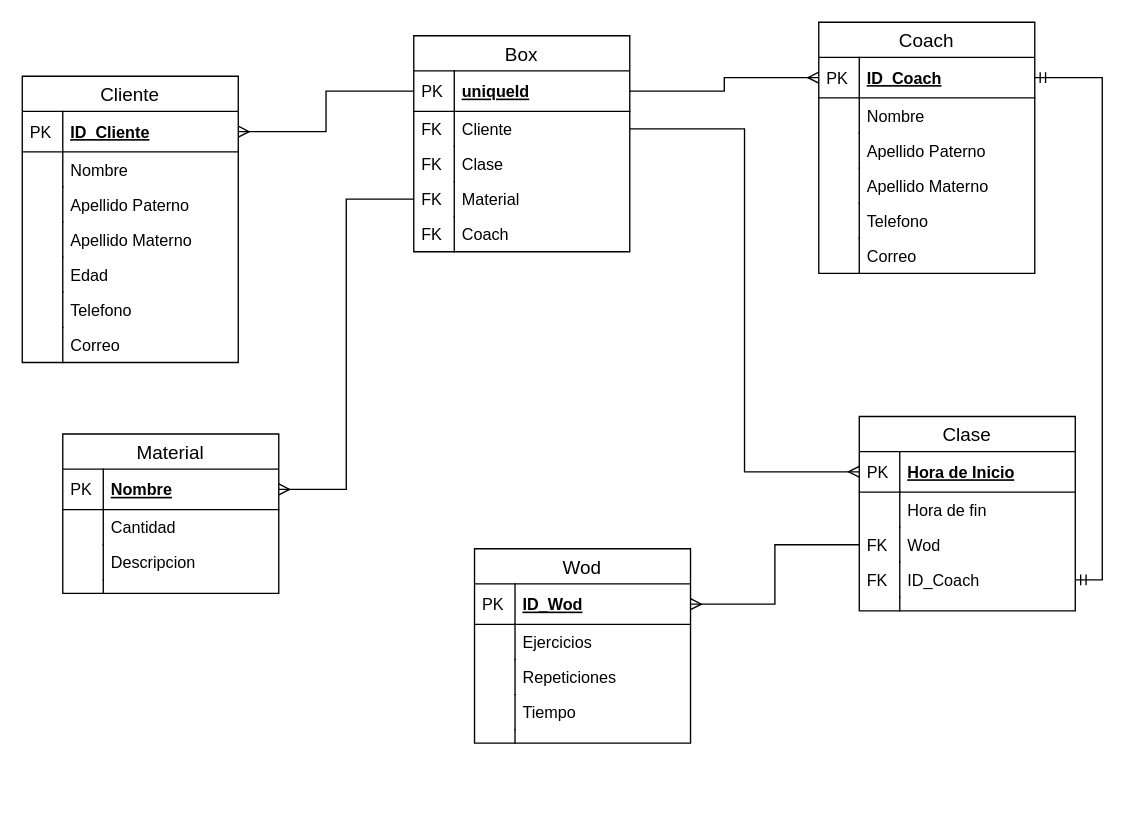
Above: Crossfit/Diagrama/Crossfit.drawio in Radack2/Crossfit (draw.io), before the change. Source tidied: cells renumbered, new cells numbered last; positions are measured from the earlier drawing's top-left corner, leaving out a move shared by most shapes. Both pictures are drawn from the tidied source at 135%, with x=0, y=0 at pixel (22, 22).
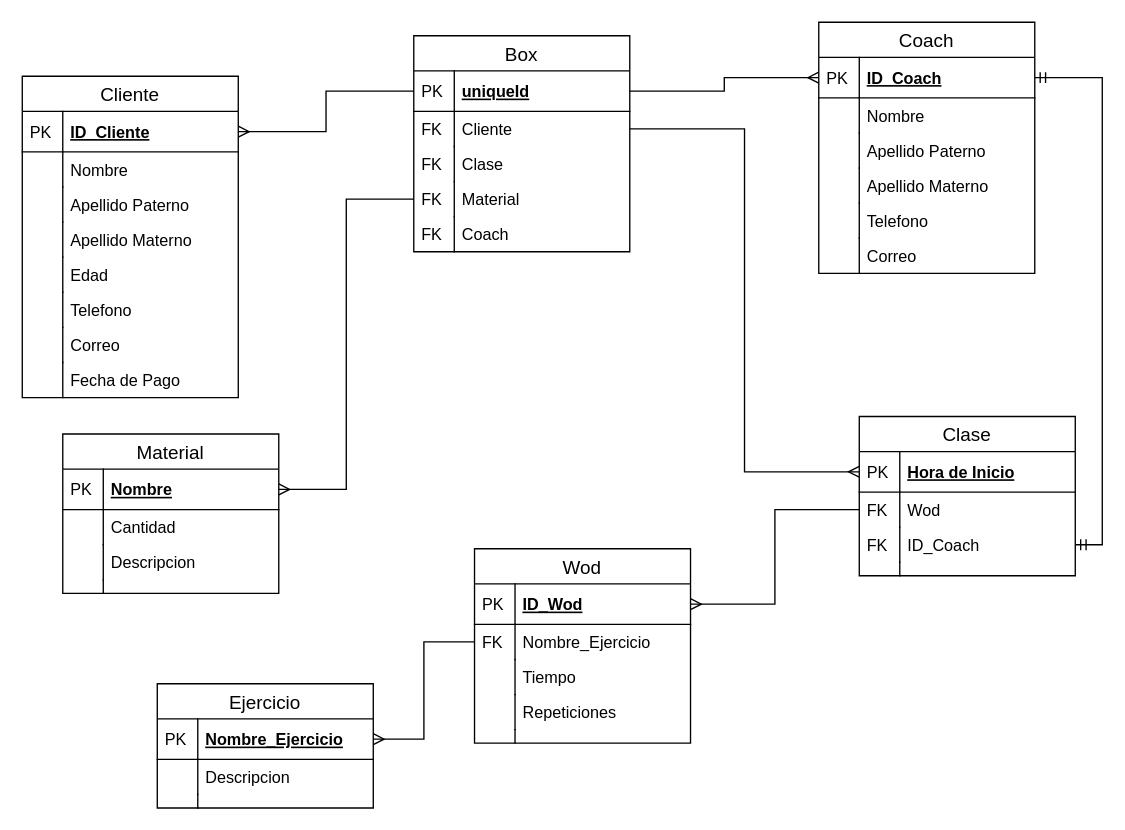
The same diagram, later.

The change refers to these unchanged cells:
```xml
<mxCell id="64" value="Wod" style="swimlane;fontStyle=0;horizontal=1;startSize=26;align=center;fontSize=14;" parent="1" vertex="1">
  <mxGeometry x="335" y="390" width="160" height="144" as="geometry" />
</mxCell>
```

Change to the diagram source:
```diff
@@
     <mxCell id="2" value="Cliente" style="swimlane;fontStyle=0;horizontal=1;startSize=26;align=center;fontSize=14;" parent="1" vertex="1">
-      <mxGeometry y="40" width="160" height="212" as="geometry" />
+      <mxGeometry y="40" width="160" height="238" as="geometry" />
     </mxCell>
@@
+    <mxCell id="78" value="Fecha de Pago" style="shape=partialRectangle;top=0;left=0;right=0;bottom=0;align=left;verticalAlign=top;fillColor=none;spacingLeft=34;spacingRight=4;overflow=hidden;fontSize=12;" parent="2" vertex="1">
+      <mxGeometry y="212" width="160" height="26" as="geometry" />
+    </mxCell>
+    <mxCell id="79" style="shape=partialRectangle;top=0;left=0;bottom=0;fillColor=none;align=left;verticalAlign=top;spacingLeft=4;spacingRight=4;overflow=hidden;fontSize=12;" parent="78" vertex="1">
+      <mxGeometry width="30" height="26" as="geometry" />
+    </mxCell>
     <mxCell id="17" value="Clase" style="swimlane;fontStyle=0;horizontal=1;startSize=26;align=center;fontSize=14;" parent="1" vertex="1">
-      <mxGeometry x="620" y="292" width="160" height="144" as="geometry" />
+      <mxGeometry x="620" y="292" width="160" height="118" as="geometry" />
     </mxCell>
@@
-    <mxCell id="20" value="Hora de fin" style="shape=partialRectangle;top=0;left=0;right=0;bottom=0;align=left;verticalAlign=top;fillColor=none;spacingLeft=34;spacingRight=4;overflow=hidden;fontSize=12;" parent="17" vertex="1">
-      <mxGeometry y="56" width="160" height="26" as="geometry" />
-    </mxCell>
-    <mxCell id="21" style="shape=partialRectangle;top=0;left=0;bottom=0;fillColor=none;align=left;verticalAlign=top;spacingLeft=4;spacingRight=4;overflow=hidden;fontSize=12;" parent="20" vertex="1">
-      <mxGeometry width="30" height="26" as="geometry" />
-    </mxCell>
     <mxCell id="22" value="Wod" style="shape=partialRectangle;top=0;left=0;right=0;bottom=0;align=left;verticalAlign=top;fillColor=none;spacingLeft=34;spacingRight=4;overflow=hidden;points=[[0,0.5],[1,0.5]];portConstraint=eastwest;fontSize=12;" parent="17" vertex="1">
-      <mxGeometry y="82" width="160" height="26" as="geometry" />
+      <mxGeometry y="56" width="160" height="26" as="geometry" />
     </mxCell>
@@
     <mxCell id="24" value="ID_Coach" style="shape=partialRectangle;top=0;left=0;right=0;bottom=0;align=left;verticalAlign=top;fillColor=none;spacingLeft=34;spacingRight=4;overflow=hidden;points=[[0,0.5],[1,0.5]];portConstraint=eastwest;fontSize=12;" parent="17" vertex="1">
-      <mxGeometry y="108" width="160" height="26" as="geometry" />
+      <mxGeometry y="82" width="160" height="26" as="geometry" />
     </mxCell>
@@
     <mxCell id="26" style="shape=partialRectangle;top=0;left=0;right=0;bottom=0;align=left;verticalAlign=top;fillColor=none;spacingLeft=34;spacingRight=4;overflow=hidden;fontSize=12;" parent="17" vertex="1">
-      <mxGeometry y="134" width="160" height="10" as="geometry" />
+      <mxGeometry y="108" width="160" height="10" as="geometry" />
     </mxCell>
@@
-    <mxCell id="67" value="Ejercicios" style="shape=partialRectangle;top=0;left=0;right=0;bottom=0;align=left;verticalAlign=top;fillColor=none;spacingLeft=34;spacingRight=4;overflow=hidden;points=[[0,0.5],[1,0.5]];portConstraint=eastwest;fontSize=12;" parent="64" vertex="1">
+    <mxCell id="67" value="Nombre_Ejercicio" style="shape=partialRectangle;top=0;left=0;right=0;bottom=0;align=left;verticalAlign=top;fillColor=none;spacingLeft=34;spacingRight=4;overflow=hidden;points=[[0,0.5],[1,0.5]];portConstraint=eastwest;fontSize=12;" parent="64" vertex="1">
       <mxGeometry y="56" width="160" height="26" as="geometry" />
     </mxCell>
-    <mxCell id="68" style="shape=partialRectangle;top=0;left=0;bottom=0;fillColor=none;align=left;verticalAlign=top;spacingLeft=4;spacingRight=4;overflow=hidden;fontSize=12;" parent="67" vertex="1">
+    <mxCell id="68" value="FK" style="shape=partialRectangle;top=0;left=0;bottom=0;fillColor=none;align=left;verticalAlign=top;spacingLeft=4;spacingRight=4;overflow=hidden;fontSize=12;" parent="67" vertex="1">
       <mxGeometry width="30" height="26" as="geometry" />
     </mxCell>
+    <mxCell id="71" value="Tiempo" style="shape=partialRectangle;top=0;left=0;right=0;bottom=0;align=left;verticalAlign=top;fillColor=none;spacingLeft=34;spacingRight=4;overflow=hidden;fontSize=12;" parent="64" vertex="1">
+      <mxGeometry y="82" width="160" height="26" as="geometry" />
+    </mxCell>
+    <mxCell id="80" style="shape=partialRectangle;top=0;left=0;bottom=0;fillColor=none;align=left;verticalAlign=top;spacingLeft=4;spacingRight=4;overflow=hidden;fontSize=12;" parent="71" vertex="1">
+      <mxGeometry width="30" height="26" as="geometry" />
+    </mxCell>
     <mxCell id="69" value="Repeticiones" style="shape=partialRectangle;top=0;left=0;right=0;bottom=0;align=left;verticalAlign=top;fillColor=none;spacingLeft=34;spacingRight=4;overflow=hidden;fontSize=12;" parent="64" vertex="1">
-      <mxGeometry y="82" width="160" height="26" as="geometry" />
+      <mxGeometry y="108" width="160" height="26" as="geometry" />
     </mxCell>
-    <mxCell id="70" style="shape=partialRectangle;top=0;left=0;bottom=0;fillColor=none;align=left;verticalAlign=top;spacingLeft=4;spacingRight=4;overflow=hidden;fontSize=12;" parent="69" vertex="1">
-      <mxGeometry width="30" height="26" as="geometry" />
-    </mxCell>
-    <mxCell id="71" value="Tiempo" style="shape=partialRectangle;top=0;left=0;right=0;bottom=0;align=left;verticalAlign=top;fillColor=none;spacingLeft=34;spacingRight=4;overflow=hidden;fontSize=12;" parent="64" vertex="1">
-      <mxGeometry y="108" width="160" height="26" as="geometry" />
-    </mxCell>
-    <mxCell id="72" style="shape=partialRectangle;top=0;left=0;bottom=0;fillColor=none;align=left;verticalAlign=top;spacingLeft=4;spacingRight=4;overflow=hidden;fontSize=12;" parent="71" vertex="1">
-      <mxGeometry width="30" height="26" as="geometry" />
-    </mxCell>
+    <mxCell id="81" style="shape=partialRectangle;top=0;left=0;bottom=0;fillColor=none;align=left;verticalAlign=top;spacingLeft=4;spacingRight=4;overflow=hidden;fontSize=12;" parent="69" vertex="1">
+      <mxGeometry width="30" height="26" as="geometry" />
+    </mxCell>
@@
+    <mxCell id="82" value="Ejercicio" style="swimlane;fontStyle=0;horizontal=1;startSize=26;align=center;fontSize=14;" parent="1" vertex="1">
+      <mxGeometry x="100" y="490" width="160" height="92" as="geometry" />
+    </mxCell>
+    <mxCell id="83" value="Nombre_Ejercicio" style="shape=partialRectangle;top=0;left=0;right=0;bottom=1;align=left;verticalAlign=middle;fillColor=none;spacingLeft=34;spacingRight=4;overflow=hidden;points=[[0,0.5],[1,0.5]];portConstraint=eastwest;fontStyle=5;fontSize=12;" parent="82" vertex="1">
+      <mxGeometry y="26" width="160" height="30" as="geometry" />
+    </mxCell>
+    <mxCell id="84" value="PK" style="shape=partialRectangle;top=0;left=0;bottom=0;fillColor=none;align=left;verticalAlign=middle;spacingLeft=4;spacingRight=4;overflow=hidden;fontSize=12;" parent="83" vertex="1">
+      <mxGeometry width="30" height="30" as="geometry" />
+    </mxCell>
+    <mxCell id="85" value="Descripcion" style="shape=partialRectangle;top=0;left=0;right=0;bottom=0;align=left;verticalAlign=top;fillColor=none;spacingLeft=34;spacingRight=4;overflow=hidden;fontSize=12;" parent="82" vertex="1">
+      <mxGeometry y="56" width="160" height="26" as="geometry" />
+    </mxCell>
+    <mxCell id="86" style="shape=partialRectangle;top=0;left=0;bottom=0;fillColor=none;align=left;verticalAlign=top;spacingLeft=4;spacingRight=4;overflow=hidden;fontSize=12;" parent="85" vertex="1">
+      <mxGeometry width="30" height="26" as="geometry" />
+    </mxCell>
+    <mxCell id="87" style="shape=partialRectangle;top=0;left=0;right=0;bottom=0;align=left;verticalAlign=top;fillColor=none;spacingLeft=34;spacingRight=4;overflow=hidden;fontSize=12;" parent="82" vertex="1">
+      <mxGeometry y="82" width="160" height="10" as="geometry" />
+    </mxCell>
+    <mxCell id="88" style="shape=partialRectangle;top=0;left=0;bottom=0;fillColor=none;align=left;verticalAlign=top;spacingLeft=4;spacingRight=4;overflow=hidden;fontSize=12;" parent="87" vertex="1">
+      <mxGeometry width="30" height="10" as="geometry" />
+    </mxCell>
+    <mxCell id="89" style="edgeStyle=orthogonalEdgeStyle;rounded=0;jettySize=auto;html=1;exitX=0;exitY=0.5;exitDx=0;exitDy=0;entryX=1;entryY=0.5;entryDx=0;entryDy=0;endArrow=ERmany;endFill=0;" parent="1" edge="1" source="67" target="83">
+      <mxGeometry relative="1" as="geometry" />
+    </mxCell>
```
